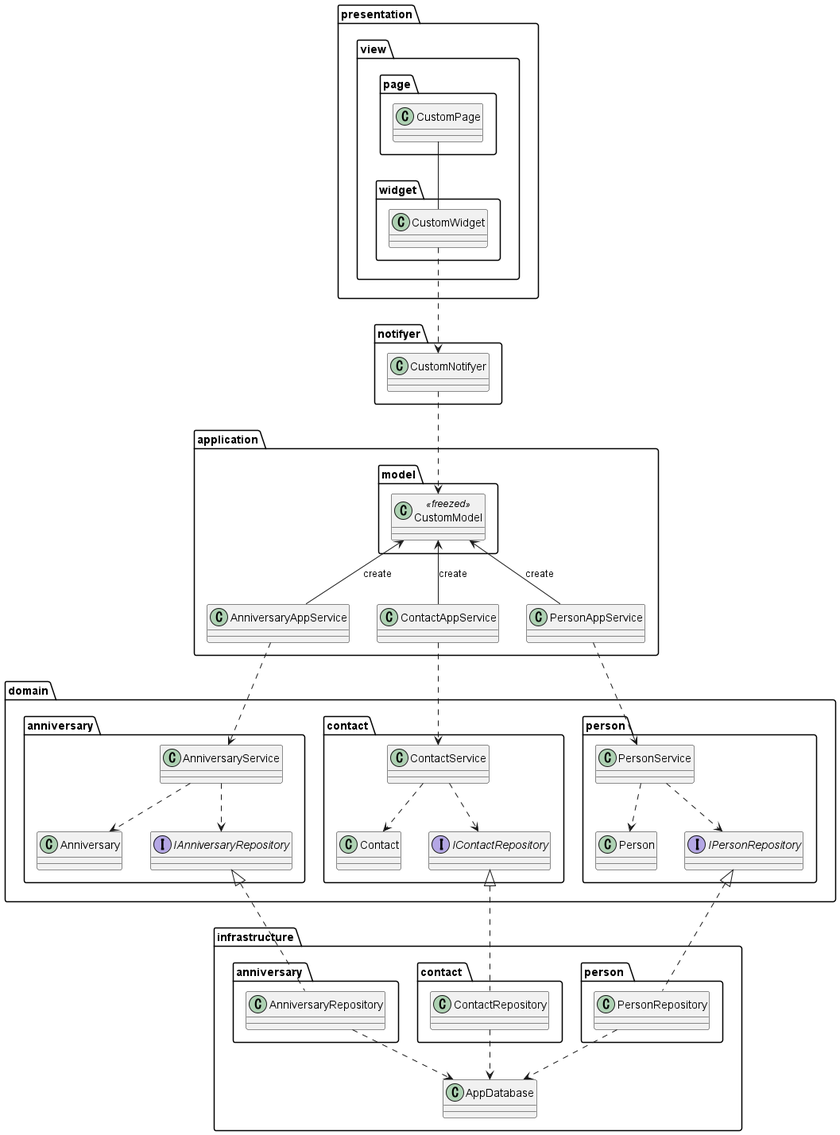
The PlantUML diagram uml/class_diagram/class_diagram.png in nmskm240/friend_list, before a commit.
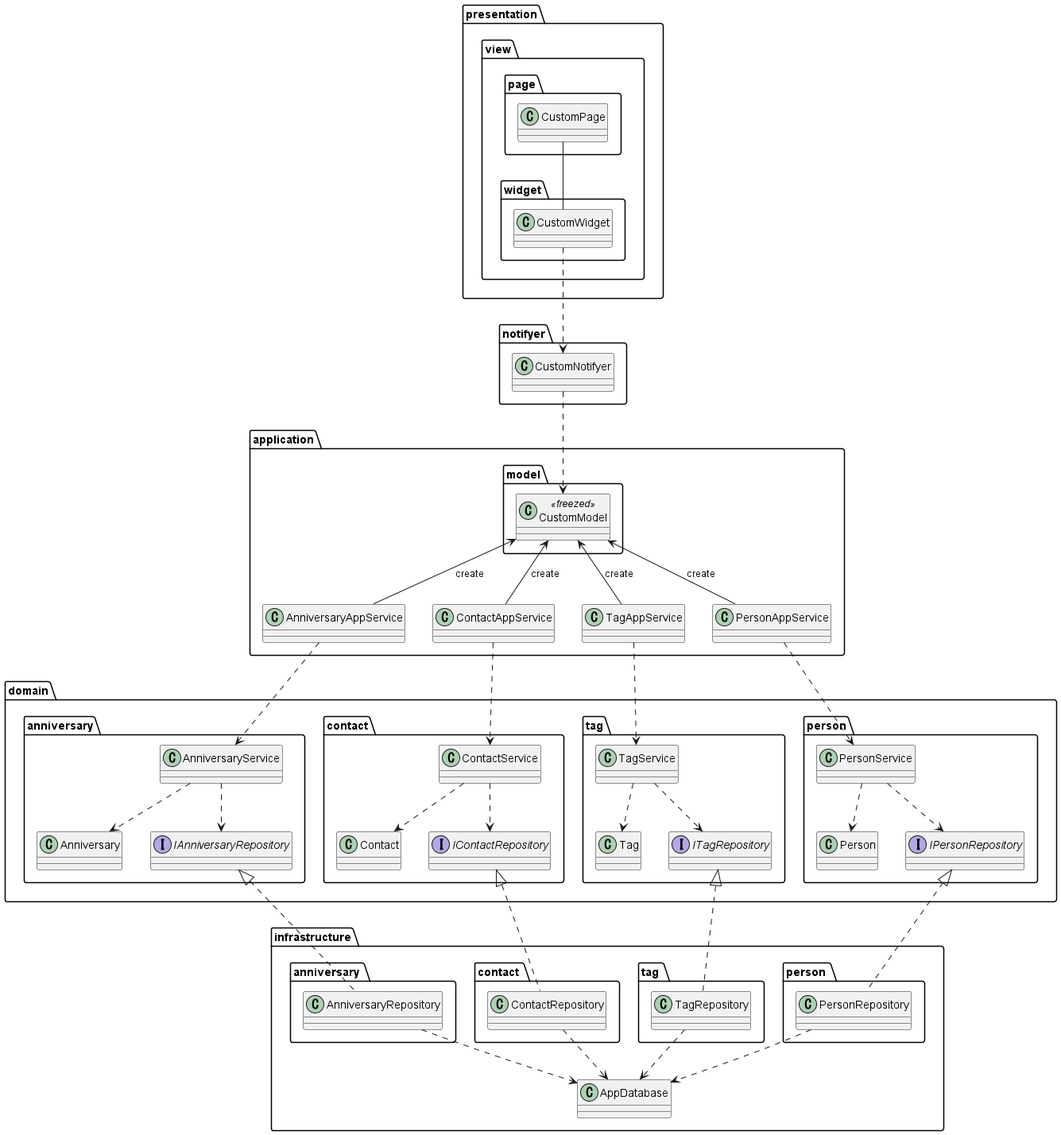
The same file after the commit.

Commit message:
add tag domain

The edit, as a diff of the source:
```diff
@@ -21,6 +21,7 @@
     }
     class AnniversaryAppService
     class ContactAppService
+    class TagAppService
     class PersonAppService
 }
 
@@ -34,6 +35,11 @@
         class Contact
         class ContactService
         interface IContactRepository
+    }
+    package tag {
+        class Tag
+        class TagService
+        interface ITagRepository
     }
     package person {
         class Person
@@ -49,6 +55,9 @@
     package "contact " {
         class ContactRepository
     }
+    package "tag " {
+        class TagRepository
+    }
     package "person " {
         class PersonRepository
     }
@@ -63,25 +72,31 @@
 
 CustomModel <-- AnniversaryAppService : create
 CustomModel <-- ContactAppService : create
+CustomModel <-- TagAppService : create
 CustomModel <-- PersonAppService : create
 
 AnniversaryAppService ..> AnniversaryService
 ContactAppService ..> ContactService
+TagAppService ..> TagService
 PersonAppService ..> PersonService
 
 AnniversaryService ..> Anniversary
 AnniversaryService ..> IAnniversaryRepository
 ContactService ..> Contact
 ContactService ..> IContactRepository
+TagService ..> Tag
+TagService ..> ITagRepository
 PersonService ..> Person
 PersonService ..> IPersonRepository
 
 IAnniversaryRepository <|.. AnniversaryRepository
 IContactRepository <|.. ContactRepository
+ITagRepository <|.. TagRepository
 IPersonRepository <|.. PersonRepository
 
 AnniversaryRepository ..> AppDatabase
 ContactRepository ..> AppDatabase
+TagRepository ..> AppDatabase
 PersonRepository ..> AppDatabase
 
 @enduml
```
